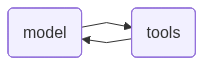
teron131/tabuflow keeps this Mermaid diagram as artifacts/graphs/orchestrator-graph.png. Above is the earlier version. Its source is kept beside it as artifacts/graphs/orchestrator-graph.mmd.
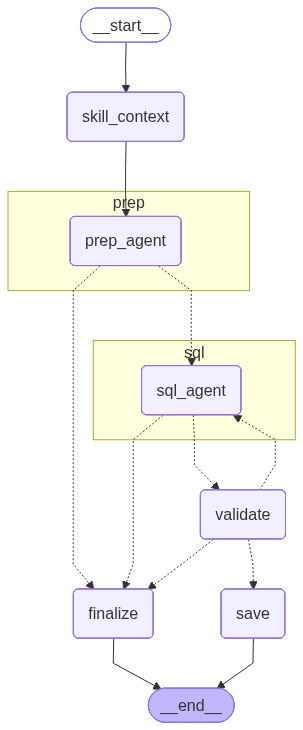
Later version of the same file.

What changed in the source:
```diff
@@ -3,11 +3,30 @@
   flowchart:
     curve: linear
 ---
-graph LR;
-	model(model)
-	tools(tools)
-	model --> tools;
-	tools --> model;
+graph TD;
+	__start__([<p>__start__</p>]):::first
+	skill_context(skill_context)
+	validate(validate)
+	save(save)
+	finalize(finalize)
+	__end__([<p>__end__</p>]):::last
+	__start__ --> skill_context;
+	prep\3aprep_agent -.-> finalize;
+	prep\3aprep_agent -.-> sql\3asql_agent;
+	skill_context --> prep\3aprep_agent;
+	sql\3asql_agent -.-> finalize;
+	sql\3asql_agent -.-> validate;
+	validate -.-> finalize;
+	validate -.-> save;
+	validate -.-> sql\3asql_agent;
+	finalize --> __end__;
+	save --> __end__;
+	subgraph prep
+	prep\3aprep_agent(prep_agent)
+	end
+	subgraph sql
+	sql\3asql_agent(sql_agent)
+	end
 	classDef default fill:#f2f0ff,line-height:1.2
 	classDef first fill-opacity:0
 	classDef last fill:#bfb6fc
```
